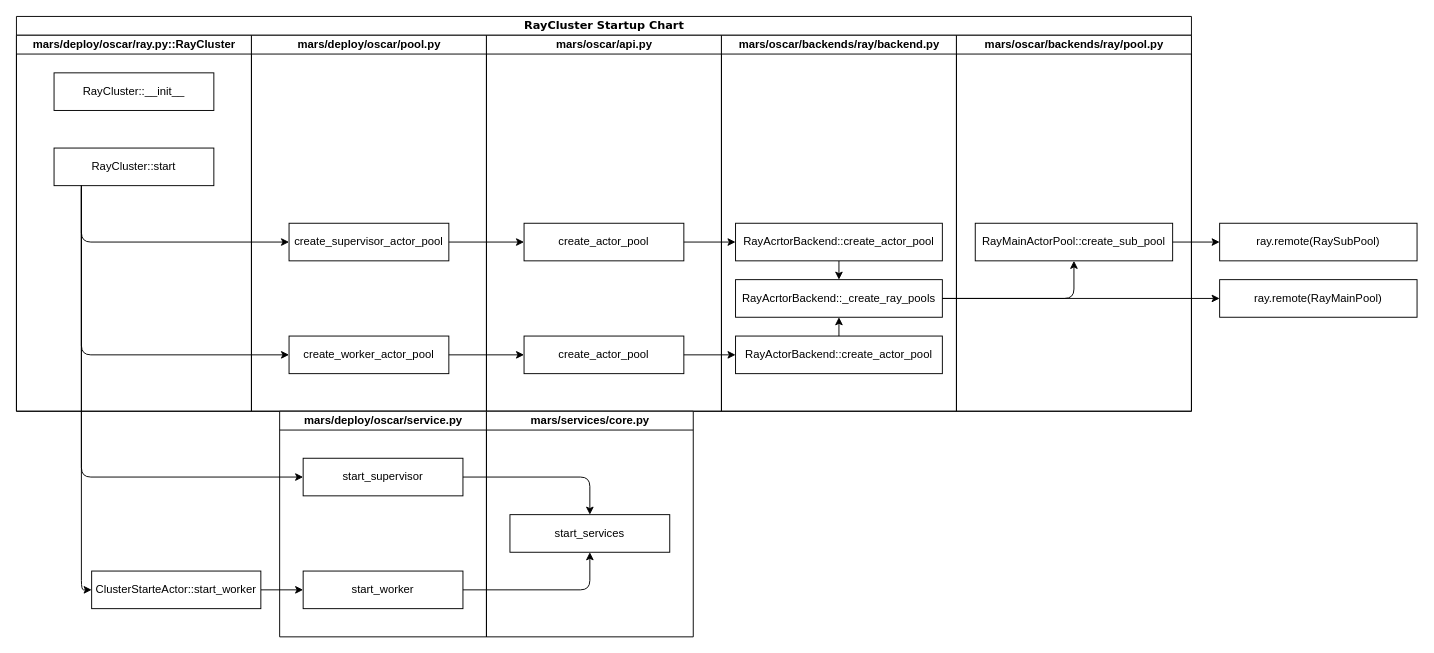
Earlier version of the draw.io diagram page "RayCluster" (2 of 3) of graphs/mars_cluster_startup_flow_0.1.drawio (zhongchun/daily). Source tidied: cells renumbered, new cells numbered last; positions are measured from the earlier drawing's top-left corner, leaving out a move shared by most shapes. Both pictures are drawn from the tidied source at 94%, with x=0, y=0 at pixel (16, 16).
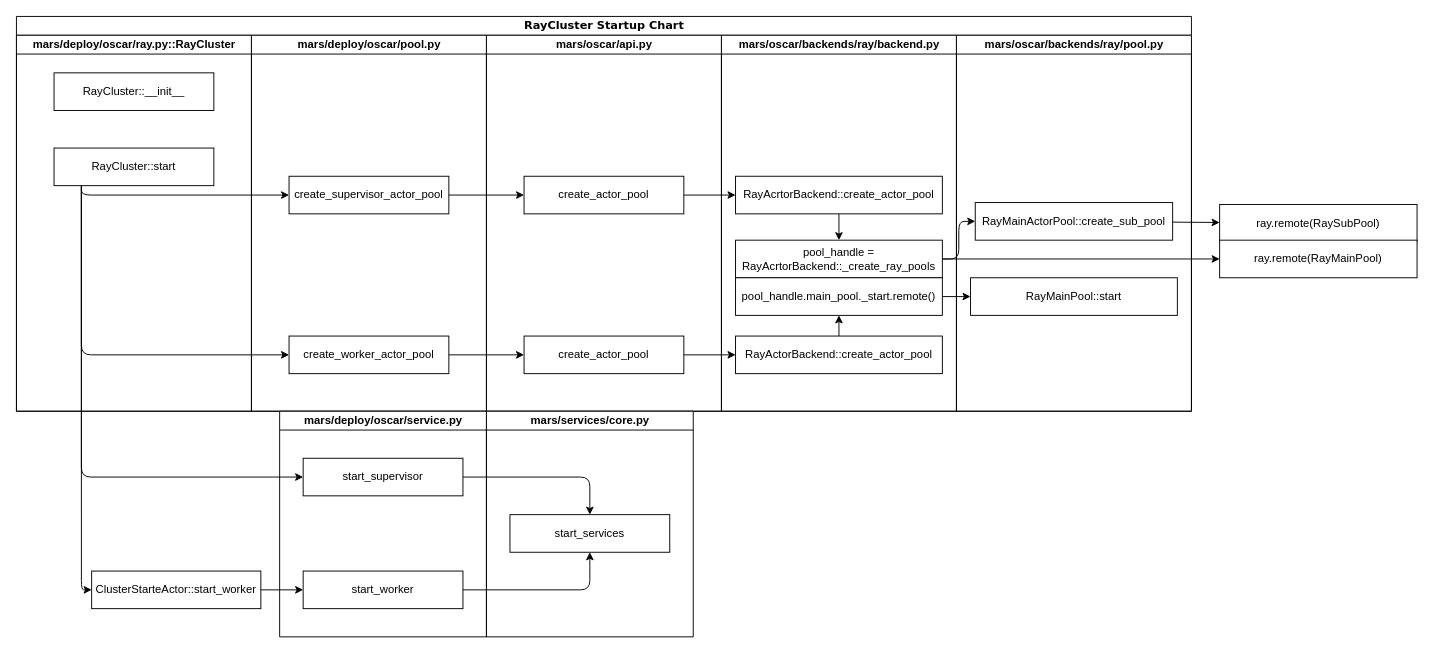
The same diagram, later.

Unchanged cells that the change refers to:
```xml
<mxCell id="6" value="mars/deploy/oscar/pool.py" style="swimlane;html=1;startSize=20;" parent="2" vertex="1">
  <mxGeometry x="250" y="20" width="250" height="400" as="geometry" />
</mxCell>
<mxCell id="9" value="mars/oscar/api.py" style="swimlane;html=1;startSize=20;" parent="2" vertex="1">
  <mxGeometry x="500" y="20" width="250" height="400" as="geometry" />
</mxCell>
<mxCell id="13" value="mars/oscar/backends/ray/backend.py" style="swimlane;html=1;startSize=20;" parent="2" vertex="1">
  <mxGeometry x="750" y="20" width="250" height="400" as="geometry" />
</mxCell>
<mxCell id="16" value="RayActorBackend::create_actor_pool" style="rounded=0;whiteSpace=wrap;html=1;" parent="13" vertex="1">
  <mxGeometry x="15" y="320" width="220" height="40" as="geometry" />
</mxCell>
<mxCell id="24" value="&lt;span&gt;&lt;b&gt;mars/oscar/backends/ray/pool.py&lt;/b&gt;&lt;/span&gt;" style="swimlane;html=1;startSize=20;fontStyle=0;" parent="1" vertex="1">
  <mxGeometry x="1000" y="20" width="250" height="400" as="geometry" />
</mxCell>
```

Change to the diagram source:
```diff
@@
     <mxCell id="7" value="create_supervisor_actor_pool" style="rounded=0;whiteSpace=wrap;html=1;" parent="6" vertex="1">
-      <mxGeometry x="40" y="200" width="170" height="40" as="geometry" />
+      <mxGeometry x="40" y="150" width="170" height="40" as="geometry" />
     </mxCell>
@@
     <mxCell id="10" value="create_actor_pool" style="rounded=0;whiteSpace=wrap;html=1;" parent="9" vertex="1">
-      <mxGeometry x="40" y="200" width="170" height="40" as="geometry" />
+      <mxGeometry x="40" y="150" width="170" height="40" as="geometry" />
     </mxCell>
@@
-    <mxCell id="14" style="edgeStyle=none;html=1;" parent="13" edge="1" source="15" target="17">
-      <mxGeometry relative="1" as="geometry" />
-    </mxCell>
+    <mxCell id="42" style="edgeStyle=none;html=1;" parent="13" edge="1" source="15" target="43">
+      <mxGeometry relative="1" as="geometry" />
+    </mxCell>
     <mxCell id="15" value="RayAcrtorBackend::create_actor_pool" style="rounded=0;whiteSpace=wrap;html=1;" parent="13" vertex="1">
-      <mxGeometry x="15" y="200" width="220" height="40" as="geometry" />
+      <mxGeometry x="15" y="150" width="220" height="40" as="geometry" />
     </mxCell>
@@
-    <mxCell id="17" value="RayAcrtorBackend::_create_ray_pools" style="rounded=0;whiteSpace=wrap;html=1;" parent="13" vertex="1">
-      <mxGeometry x="15" y="260" width="220" height="40" as="geometry" />
-    </mxCell>
-    <mxCell id="18" style="edgeStyle=orthogonalEdgeStyle;html=1;" parent="13" edge="1" source="16" target="17">
-      <mxGeometry relative="1" as="geometry" />
-    </mxCell>
+    <mxCell id="43" value="pool_handle = RayAcrtorBackend::_create_ray_pools" style="rounded=0;whiteSpace=wrap;html=1;" parent="13" vertex="1">
+      <mxGeometry x="15" y="218" width="220" height="40" as="geometry" />
+    </mxCell>
+    <mxCell id="44" value="pool_handle.main_pool._start.remote()" style="rounded=0;whiteSpace=wrap;html=1;" parent="13" vertex="1">
+      <mxGeometry x="15" y="258" width="220" height="40" as="geometry" />
+    </mxCell>
+    <mxCell id="45" style="endArrow=classic;html=1;exitX=0.5;exitY=0;exitDx=0;exitDy=0;entryX=0.5;entryY=1;entryDx=0;entryDy=0;" parent="13" edge="1" source="16" target="44">
+      <mxGeometry relative="1" as="geometry" />
+    </mxCell>
@@
     <mxCell id="25" value="RayMainActorPool::create_sub_pool" style="rounded=0;whiteSpace=wrap;html=1;" parent="24" vertex="1">
-      <mxGeometry x="20" y="200" width="210" height="40" as="geometry" />
+      <mxGeometry x="20" y="178" width="210" height="40" as="geometry" />
     </mxCell>
-    <mxCell id="26" style="edgeStyle=orthogonalEdgeStyle;html=1;" parent="1" edge="1" source="17" target="25">
-      <mxGeometry relative="1" as="geometry" />
-    </mxCell>
+    <mxCell id="46" value="RayMainPool::start" style="rounded=0;whiteSpace=wrap;html=1;" parent="24" vertex="1">
+      <mxGeometry x="15" y="258" width="220" height="40" as="geometry" />
+    </mxCell>
+    <mxCell id="47" style="edgeStyle=orthogonalEdgeStyle;html=1;" parent="1" edge="1" source="43" target="25">
+      <mxGeometry relative="1" as="geometry" />
+    </mxCell>
     <mxCell id="27" value="ray.remote(RaySubPool)" style="rounded=0;whiteSpace=wrap;html=1;" parent="1" vertex="1">
-      <mxGeometry x="1280" y="220" width="210" height="40" as="geometry" />
+      <mxGeometry x="1280" y="200" width="210" height="40" as="geometry" />
     </mxCell>
@@
     <mxCell id="29" value="ray.remote(RayMainPool)" style="rounded=0;whiteSpace=wrap;html=1;" parent="1" vertex="1">
-      <mxGeometry x="1280" y="280" width="210" height="40" as="geometry" />
+      <mxGeometry x="1280" y="238" width="210" height="40" as="geometry" />
     </mxCell>
-    <mxCell id="30" style="edgeStyle=orthogonalEdgeStyle;html=1;entryX=0;entryY=0.5;entryDx=0;entryDy=0;exitX=1;exitY=0.5;exitDx=0;exitDy=0;" parent="1" edge="1" source="17" target="29">
-      <mxGeometry relative="1" as="geometry" />
-    </mxCell>
+    <mxCell id="48" style="edgeStyle=orthogonalEdgeStyle;html=1;entryX=0;entryY=0.5;entryDx=0;entryDy=0;exitX=1;exitY=0.5;exitDx=0;exitDy=0;" parent="1" edge="1" source="43" target="29">
+      <mxGeometry relative="1" as="geometry" />
+    </mxCell>
@@
+    <mxCell id="49" style="edgeStyle=none;html=1;" parent="1" edge="1" source="44" target="46">
+      <mxGeometry relative="1" as="geometry" />
+    </mxCell>
```
